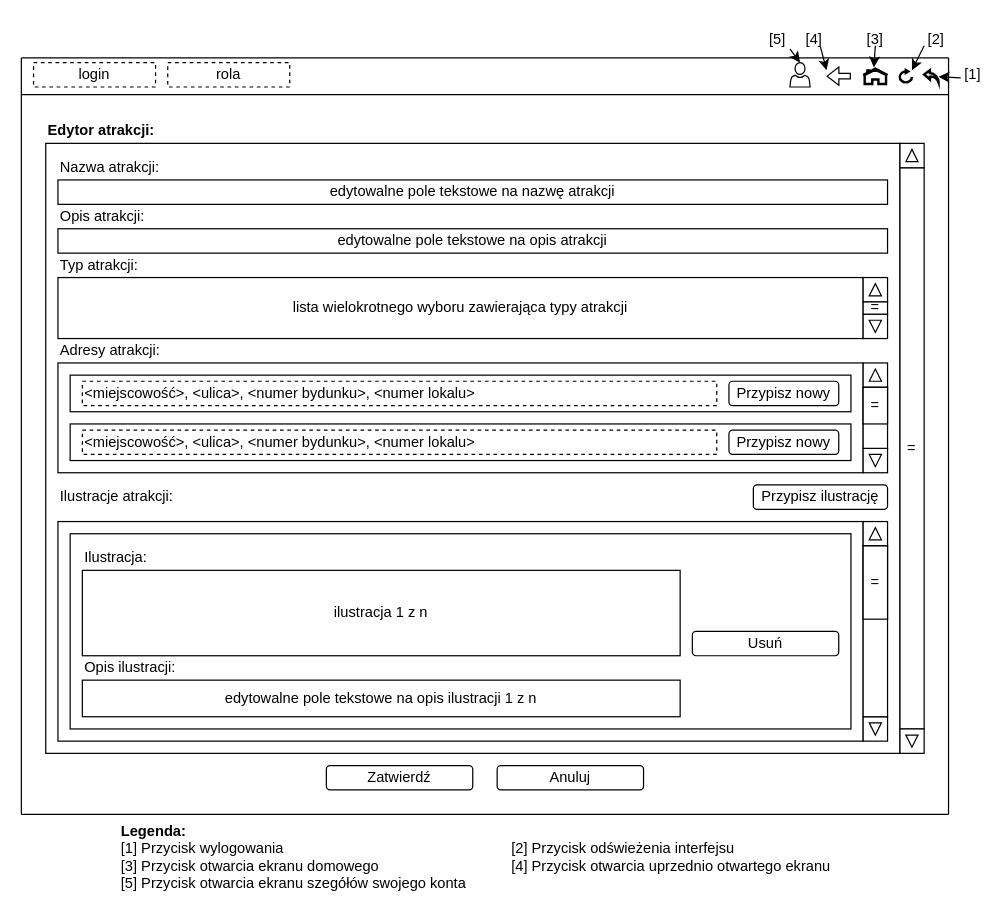
Above: aplikacja-dostepowa/model-gui/wersje-robocze/ekran-edytor-atrakcji.drawio in walig-here/localities-database (draw.io), before the change. Source tidied: cells renumbered, new cells numbered last; positions are measured from the earlier drawing's top-left corner, leaving out a move shared by most shapes. Both pictures are drawn from the tidied source at 122%, with x=0, y=0 at pixel (21, 21).
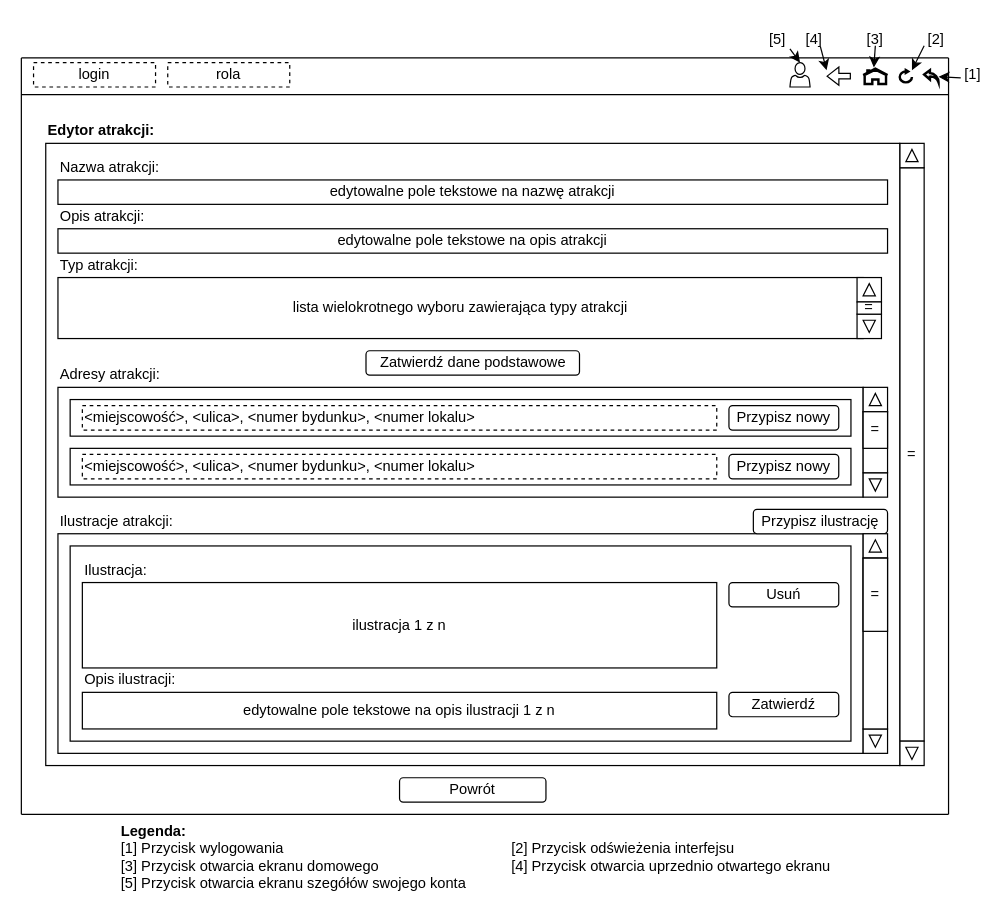
After the change.

The edit, as a diff of the source:
```diff
@@
     <mxCell id="10" value="=" style="rounded=0;whiteSpace=wrap;html=1;" parent="1" vertex="1">
-      <mxGeometry x="720" y="120" width="20" height="460" as="geometry" />
+      <mxGeometry x="720" y="120" width="20" height="470" as="geometry" />
     </mxCell>
@@
     <mxCell id="13" style="whiteSpace=wrap;html=1;" parent="1" vertex="1">
-      <mxGeometry x="720" y="580" width="20" height="20" as="geometry" />
+      <mxGeometry x="720" y="590" width="20" height="20" as="geometry" />
     </mxCell>
     <mxCell id="14" style="triangle;whiteSpace=wrap;html=1;rotation=90;" parent="1" vertex="1">
-      <mxGeometry x="725" y="585" width="10" height="10" as="geometry" />
+      <mxGeometry x="725" y="595" width="10" height="10" as="geometry" />
     </mxCell>
     <mxCell id="15" style="rounded=0;whiteSpace=wrap;html=1;" parent="1" vertex="1">
-      <mxGeometry x="20" y="100" width="700" height="500" as="geometry" />
+      <mxGeometry x="20" y="100" width="700" height="510" as="geometry" />
     </mxCell>
@@
-    <mxCell id="20" value="Zatwierdź" style="rounded=1;whiteSpace=wrap;html=1;" parent="1" vertex="1">
-      <mxGeometry x="250" y="610" width="120" height="20" as="geometry" />
-    </mxCell>
-    <mxCell id="21" value="Anuluj" style="rounded=1;whiteSpace=wrap;html=1;" parent="1" vertex="1">
-      <mxGeometry x="390" y="610" width="120" height="20" as="geometry" />
+    <mxCell id="21" value="Powrót" style="rounded=1;whiteSpace=wrap;html=1;" parent="1" vertex="1">
+      <mxGeometry x="310" y="620" width="120" height="20" as="geometry" />
     </mxCell>
@@
     <mxCell id="24" style="whiteSpace=wrap;html=1;" parent="1" vertex="1">
-      <mxGeometry x="690" y="240" width="20" height="20" as="geometry" />
+      <mxGeometry x="685" y="240" width="20" height="20" as="geometry" />
     </mxCell>
     <mxCell id="25" style="triangle;whiteSpace=wrap;html=1;rotation=90;" parent="1" vertex="1">
-      <mxGeometry x="695" y="245" width="10" height="10" as="geometry" />
+      <mxGeometry x="690" y="245" width="10" height="10" as="geometry" />
     </mxCell>
     <mxCell id="26" style="whiteSpace=wrap;html=1;" parent="1" vertex="1">
-      <mxGeometry x="690" y="210" width="20" height="20" as="geometry" />
+      <mxGeometry x="685" y="210" width="20" height="20" as="geometry" />
     </mxCell>
     <mxCell id="27" style="triangle;whiteSpace=wrap;html=1;rotation=-90;" parent="1" vertex="1">
-      <mxGeometry x="695" y="215" width="10" height="10" as="geometry" />
+      <mxGeometry x="690" y="215" width="10" height="10" as="geometry" />
     </mxCell>
     <mxCell id="28" value="=" style="rounded=0;whiteSpace=wrap;html=1;" parent="1" vertex="1">
-      <mxGeometry x="690" y="230" width="20" height="10" as="geometry" />
+      <mxGeometry x="685" y="230" width="20" height="10" as="geometry" />
     </mxCell>
     <mxCell id="29" value="Adresy atrakcji:" style="text;html=1;strokeColor=none;fillColor=none;align=left;verticalAlign=middle;whiteSpace=wrap;rounded=0;" parent="1" vertex="1">
-      <mxGeometry x="30" y="260" width="680" height="20" as="geometry" />
+      <mxGeometry x="30" y="280" width="680" height="20" as="geometry" />
     </mxCell>
     <mxCell id="30" style="rounded=0;whiteSpace=wrap;html=1;" parent="1" vertex="1">
-      <mxGeometry x="30" y="280" width="660" height="90" as="geometry" />
+      <mxGeometry x="30" y="300" width="660" height="90" as="geometry" />
     </mxCell>
     <mxCell id="31" style="whiteSpace=wrap;html=1;" parent="1" vertex="1">
-      <mxGeometry x="690" y="280" width="20" height="20" as="geometry" />
+      <mxGeometry x="690" y="300" width="20" height="20" as="geometry" />
     </mxCell>
     <mxCell id="32" style="triangle;whiteSpace=wrap;html=1;rotation=-90;" parent="1" vertex="1">
-      <mxGeometry x="695" y="285" width="10" height="10" as="geometry" />
+      <mxGeometry x="695" y="305" width="10" height="10" as="geometry" />
     </mxCell>
     <mxCell id="33" style="whiteSpace=wrap;html=1;" parent="1" vertex="1">
-      <mxGeometry x="690" y="350" width="20" height="20" as="geometry" />
+      <mxGeometry x="690" y="370" width="20" height="20" as="geometry" />
     </mxCell>
     <mxCell id="34" style="triangle;whiteSpace=wrap;html=1;rotation=90;" parent="1" vertex="1">
-      <mxGeometry x="695" y="355" width="10" height="10" as="geometry" />
+      <mxGeometry x="695" y="375" width="10" height="10" as="geometry" />
     </mxCell>
     <mxCell id="35" style="rounded=0;whiteSpace=wrap;html=1;" parent="1" vertex="1">
-      <mxGeometry x="690" y="300" width="20" height="50" as="geometry" />
+      <mxGeometry x="690" y="320" width="20" height="50" as="geometry" />
     </mxCell>
     <mxCell id="36" style="rounded=0;whiteSpace=wrap;html=1;align=left;" parent="1" vertex="1">
-      <mxGeometry x="40" y="290" width="640" height="30" as="geometry" />
+      <mxGeometry x="40" y="310" width="640" height="30" as="geometry" />
     </mxCell>
     <mxCell id="37" value="Przypisz nowy" style="rounded=1;whiteSpace=wrap;html=1;" parent="1" vertex="1">
-      <mxGeometry x="580" y="295" width="90" height="20" as="geometry" />
+      <mxGeometry x="580" y="315" width="90" height="20" as="geometry" />
     </mxCell>
     <mxCell id="38" value="&amp;lt;miejscowość&amp;gt;, &amp;lt;ulica&amp;gt;, &amp;lt;numer bydunku&amp;gt;, &amp;lt;numer lokalu&amp;gt;" style="text;html=1;strokeColor=default;fillColor=none;align=left;verticalAlign=middle;whiteSpace=wrap;rounded=0;dashed=1;" parent="1" vertex="1">
-      <mxGeometry x="50" y="295" width="520" height="20" as="geometry" />
+      <mxGeometry x="50" y="315" width="520" height="20" as="geometry" />
     </mxCell>
     <mxCell id="39" style="rounded=0;whiteSpace=wrap;html=1;align=left;" parent="1" vertex="1">
-      <mxGeometry x="40" y="330" width="640" height="30" as="geometry" />
+      <mxGeometry x="40" y="350" width="640" height="30" as="geometry" />
     </mxCell>
     <mxCell id="40" value="&amp;lt;miejscowość&amp;gt;, &amp;lt;ulica&amp;gt;, &amp;lt;numer bydunku&amp;gt;, &amp;lt;numer lokalu&amp;gt;" style="text;html=1;strokeColor=default;fillColor=none;align=left;verticalAlign=middle;whiteSpace=wrap;rounded=0;dashed=1;" parent="1" vertex="1">
-      <mxGeometry x="50" y="335" width="520" height="20" as="geometry" />
+      <mxGeometry x="50" y="355" width="520" height="20" as="geometry" />
     </mxCell>
     <mxCell id="41" value="=" style="rounded=0;whiteSpace=wrap;html=1;" parent="1" vertex="1">
-      <mxGeometry x="690" y="300" width="20" height="30" as="geometry" />
+      <mxGeometry x="690" y="320" width="20" height="30" as="geometry" />
     </mxCell>
     <mxCell id="42" value="Ilustracje atrakcji:" style="text;html=1;strokeColor=none;fillColor=none;align=left;verticalAlign=middle;whiteSpace=wrap;rounded=0;" parent="1" vertex="1">
-      <mxGeometry x="30" y="380" width="560" height="20" as="geometry" />
+      <mxGeometry x="30" y="400" width="560" height="20" as="geometry" />
     </mxCell>
     <mxCell id="43" style="rounded=0;whiteSpace=wrap;html=1;" parent="1" vertex="1">
-      <mxGeometry x="30" y="410" width="660" height="180" as="geometry" />
+      <mxGeometry x="30" y="420" width="660" height="180" as="geometry" />
     </mxCell>
     <mxCell id="44" value="Przypisz ilustrację" style="rounded=1;whiteSpace=wrap;html=1;" parent="1" vertex="1">
-      <mxGeometry x="600" y="380" width="110" height="20" as="geometry" />
+      <mxGeometry x="600" y="400" width="110" height="20" as="geometry" />
     </mxCell>
     <mxCell id="45" style="whiteSpace=wrap;html=1;" parent="1" vertex="1">
-      <mxGeometry x="690" y="410" width="20" height="20" as="geometry" />
+      <mxGeometry x="690" y="420" width="20" height="20" as="geometry" />
     </mxCell>
     <mxCell id="46" style="triangle;whiteSpace=wrap;html=1;rotation=-90;" parent="1" vertex="1">
-      <mxGeometry x="695" y="415" width="10" height="10" as="geometry" />
+      <mxGeometry x="695" y="425" width="10" height="10" as="geometry" />
     </mxCell>
     <mxCell id="47" style="whiteSpace=wrap;html=1;" parent="1" vertex="1">
-      <mxGeometry x="690" y="570" width="20" height="20" as="geometry" />
+      <mxGeometry x="690" y="580" width="20" height="20" as="geometry" />
     </mxCell>
     <mxCell id="48" style="triangle;whiteSpace=wrap;html=1;rotation=90;" parent="1" vertex="1">
-      <mxGeometry x="695" y="575" width="10" height="10" as="geometry" />
+      <mxGeometry x="695" y="585" width="10" height="10" as="geometry" />
     </mxCell>
     <mxCell id="49" style="rounded=0;whiteSpace=wrap;html=1;" parent="1" vertex="1">
-      <mxGeometry x="690" y="430" width="20" height="140" as="geometry" />
+      <mxGeometry x="690" y="440" width="20" height="140" as="geometry" />
     </mxCell>
     <mxCell id="50" value="=" style="rounded=0;whiteSpace=wrap;html=1;" parent="1" vertex="1">
-      <mxGeometry x="690" y="430" width="20" height="60" as="geometry" />
+      <mxGeometry x="690" y="440" width="20" height="60" as="geometry" />
     </mxCell>
     <mxCell id="51" style="rounded=0;whiteSpace=wrap;html=1;" parent="1" vertex="1">
-      <mxGeometry x="40" y="420" width="640" height="160" as="geometry" />
+      <mxGeometry x="40" y="430" width="640" height="160" as="geometry" />
     </mxCell>
     <mxCell id="52" value="ilustracja 1 z n" style="rounded=0;whiteSpace=wrap;html=1;" parent="1" vertex="1">
-      <mxGeometry x="50" y="450" width="490" height="70" as="geometry" />
+      <mxGeometry x="50" y="460" width="520" height="70" as="geometry" />
     </mxCell>
     <mxCell id="53" value="Usuń" style="rounded=1;whiteSpace=wrap;html=1;" parent="1" vertex="1">
-      <mxGeometry x="550" y="500" width="120" height="20" as="geometry" />
+      <mxGeometry x="580" y="460" width="90" height="20" as="geometry" />
     </mxCell>
     <mxCell id="54" value="edytowalne pole tekstowe na opis ilustracji 1 z n" style="rounded=0;whiteSpace=wrap;html=1;" parent="1" vertex="1">
-      <mxGeometry x="50" y="540" width="490" height="30" as="geometry" />
+      <mxGeometry x="50" y="550" width="520" height="30" as="geometry" />
     </mxCell>
     <mxCell id="55" value="Opis ilustracji:" style="text;html=1;strokeColor=none;fillColor=none;align=left;verticalAlign=middle;whiteSpace=wrap;rounded=0;" parent="1" vertex="1">
-      <mxGeometry x="50" y="520" width="490" height="20" as="geometry" />
+      <mxGeometry x="50" y="530" width="490" height="20" as="geometry" />
     </mxCell>
     <mxCell id="56" value="Ilustracja:" style="text;html=1;strokeColor=none;fillColor=none;align=left;verticalAlign=middle;whiteSpace=wrap;rounded=0;" parent="1" vertex="1">
-      <mxGeometry x="50" y="430" width="490" height="20" as="geometry" />
+      <mxGeometry x="50" y="440" width="490" height="20" as="geometry" />
     </mxCell>
     <mxCell id="57" value="Przypisz nowy" style="rounded=1;whiteSpace=wrap;html=1;" parent="1" vertex="1">
-      <mxGeometry x="580" y="335" width="90" height="20" as="geometry" />
+      <mxGeometry x="580" y="355" width="90" height="20" as="geometry" />
     </mxCell>
@@
+    <mxCell id="74" value="Zatwierdź dane podstawowe" style="rounded=1;whiteSpace=wrap;html=1;" parent="1" vertex="1">
+      <mxGeometry x="282.5" y="270" width="175" height="20" as="geometry" />
+    </mxCell>
+    <mxCell id="20" value="Zatwierdź" style="rounded=1;whiteSpace=wrap;html=1;" parent="1" vertex="1">
+      <mxGeometry x="580" y="550" width="90" height="20" as="geometry" />
+    </mxCell>
```
